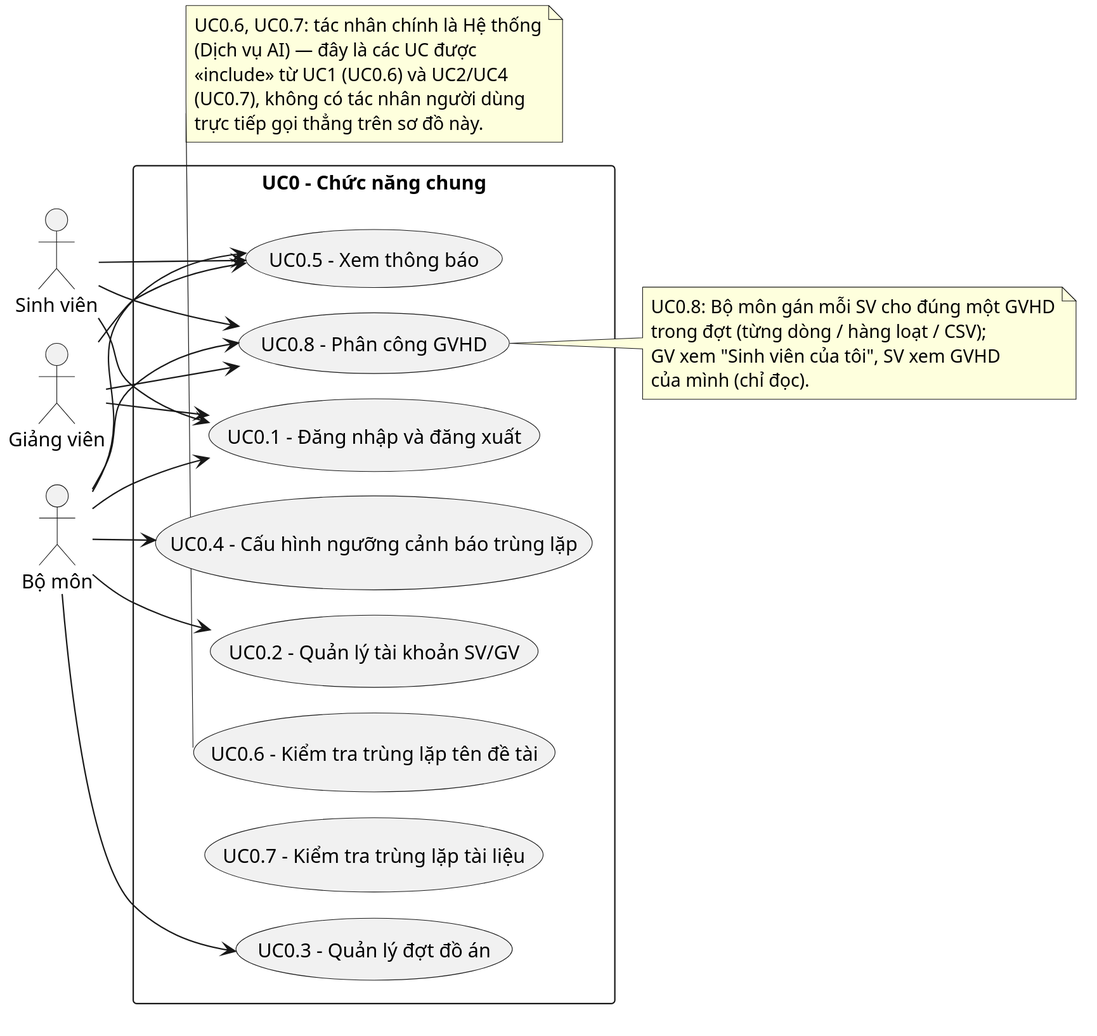
Above: docs/chuong-2-khao-sat-phan-tich/uc/uc0-chuc-nang-chung.svg in dtc235200036-alt/ICTU-DATN-NguyenThiMaiAnh (PlantUML), before the change.
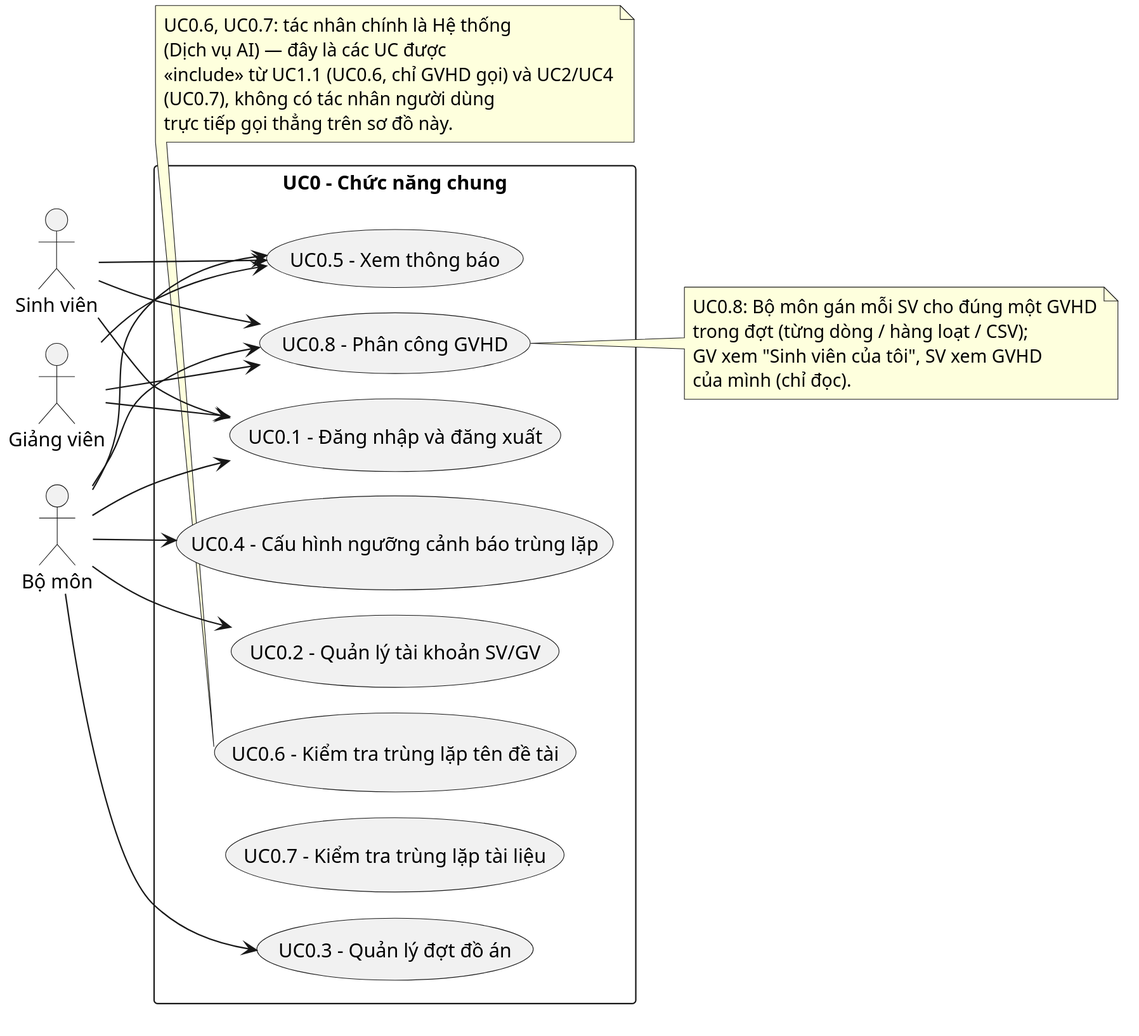
The same file after the commit.

What changed in the source:
```diff
@@ -41,7 +41,7 @@
 note bottom of UC0_6
   UC0.6, UC0.7: tác nhân chính là Hệ thống
   (Dịch vụ AI) — đây là các UC được
-  <<include>> từ UC1 (UC0.6) và UC2/UC4
+  <<include>> từ UC1.1 (UC0.6, chỉ GVHD gọi) và UC2/UC4
   (UC0.7), không có tác nhân người dùng
   trực tiếp gọi thẳng trên sơ đồ này.
 end note
```
